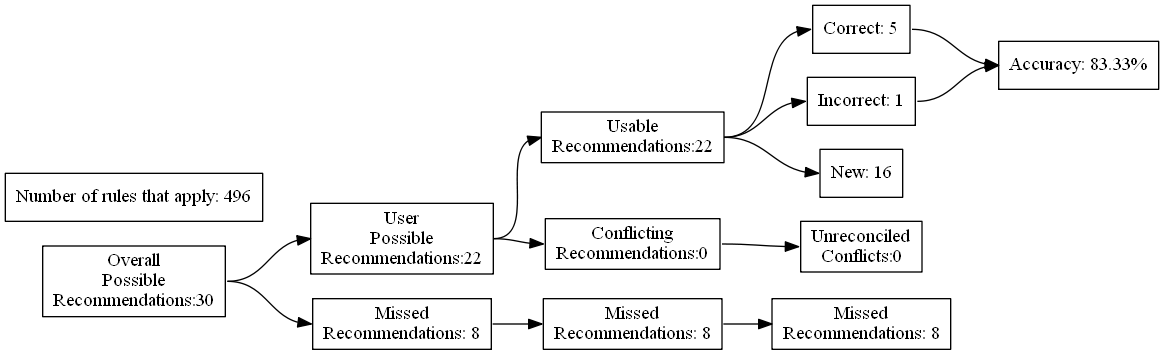
Above: test_renders/21.gv.png in ZaxR/ibd_diet_analysis (Graphviz), before the change. Its source is kept beside it as test_renders/21.gv.
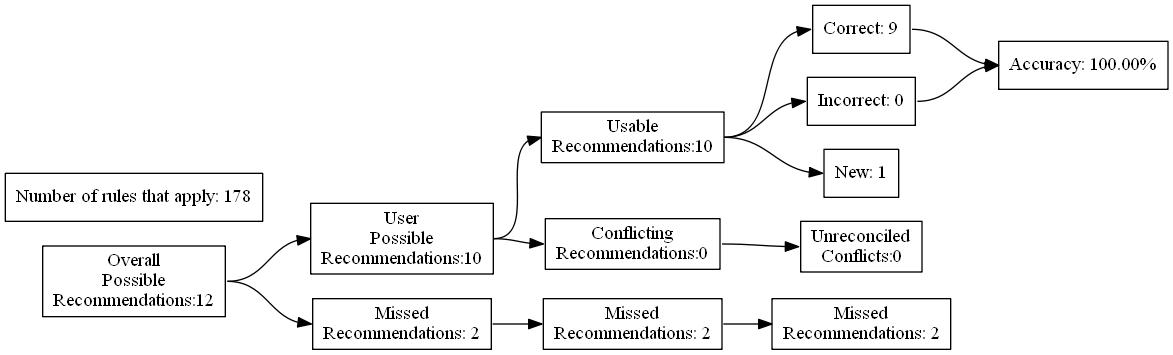
Above is the later version.

Change to the diagram source:
```diff
@@ -4,27 +4,27 @@
 	edge [headport=w tailport=e]
 		A [label="Overall
 Possible
-Recommendations:30"]
+Recommendations:12"]
 		B [label="User
 Possible
-Recommendations:22"]
+Recommendations:10"]
 		C [label="Missed
-Recommendations: 8"]
+Recommendations: 2"]
 		D [label="Usable
-Recommendations:22"]
+Recommendations:10"]
 		E [label="Conflicting
 Recommendations:0"]
 		J [label="Missed
-Recommendations: 8"]
+Recommendations: 2"]
 		M [label="Unreconciled
 Conflicts:0"]
-		F [label="Correct: 5"]
-		G [label="Incorrect: 1"]
-		H [label="New: 16"]
+		F [label="Correct: 9"]
+		G [label="Incorrect: 0"]
+		H [label="New: 1"]
 		K [label="Missed
-Recommendations: 8"]
-		I [label="Accuracy: 83.33%"]
-		l [label="Number of rules that apply: 496"]
+Recommendations: 2"]
+		I [label="Accuracy: 100.00%"]
+		l [label="Number of rules that apply: 178"]
 			A -> B
 			A -> C
 			B -> D
```
